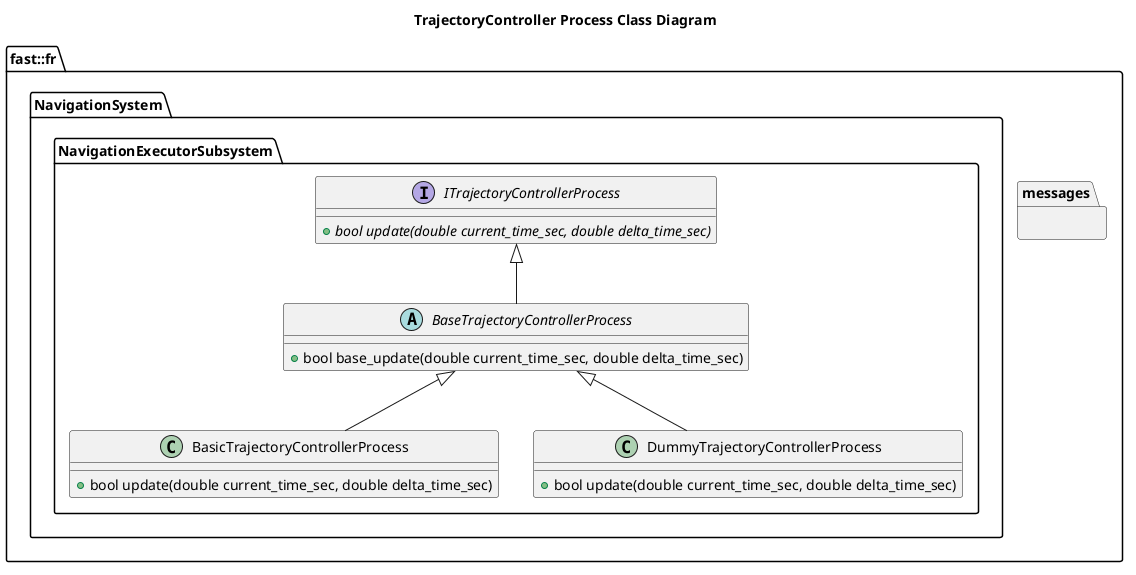
Earlier version of the PlantUML export Systems/Navigation/Subsystems/NavigationExecutor/Processes/TrajectoryController/doc/puml/TrajectoryControllerProcessClassDiagram.png (fastrobotics/robot_framework). Source of this version:
```plantuml
@startuml
title TrajectoryController Process Class Diagram

namespace fast::fr {
  namespace messages {
  }
  namespace NavigationSystem {
    namespace NavigationExecutorSubsystem {
        interface ITrajectoryControllerProcess  {
          +{abstract} bool update(double current_time_sec, double delta_time_sec)
        }
        abstract BaseTrajectoryControllerProcess {
          +bool base_update(double current_time_sec, double delta_time_sec)

        }
        BaseTrajectoryControllerProcess -up-|> ITrajectoryControllerProcess
        class BasicTrajectoryControllerProcess {
          +bool update(double current_time_sec, double delta_time_sec)
        }
        BasicTrajectoryControllerProcess -up-|> BaseTrajectoryControllerProcess
        class DummyTrajectoryControllerProcess {
          +bool update(double current_time_sec, double delta_time_sec)
        }
        DummyTrajectoryControllerProcess -up-|> BaseTrajectoryControllerProcess
    }
  }
}
@enduml
```
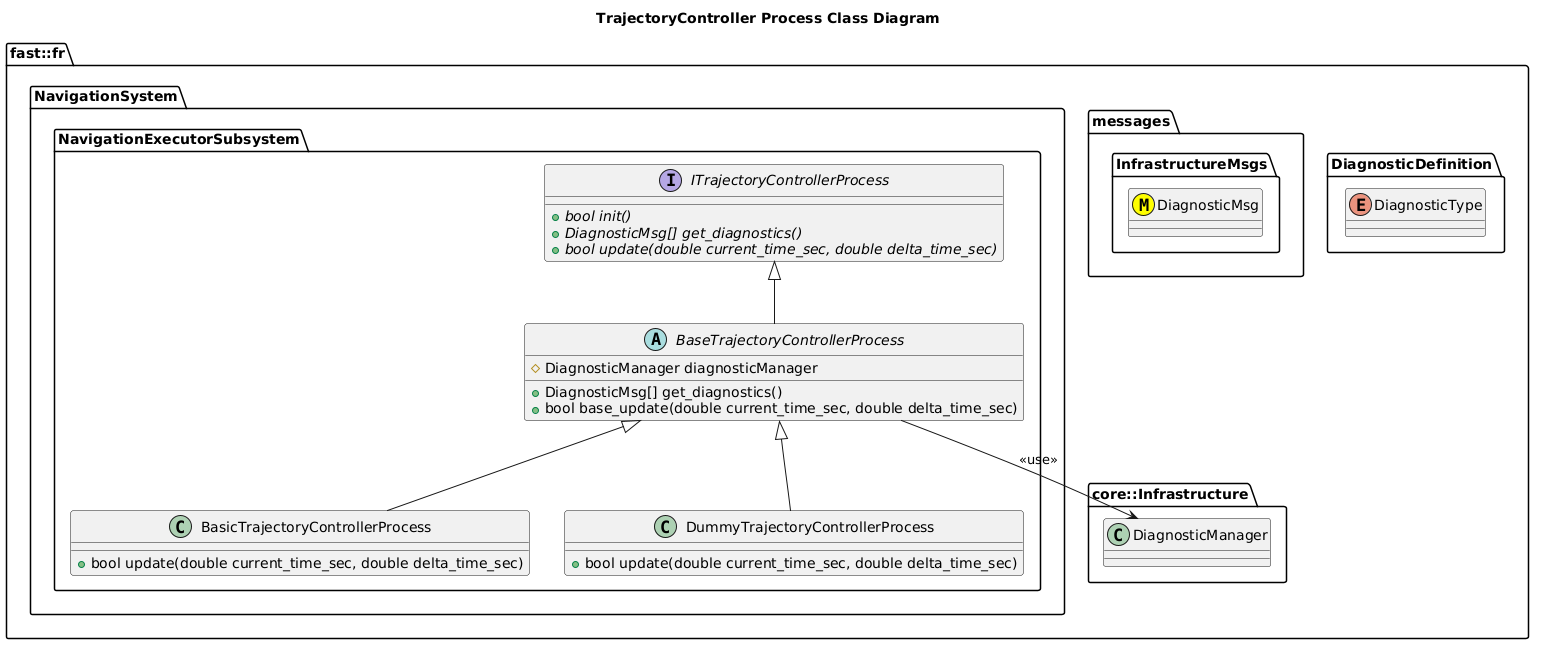
After the commit.

Diff of the diagram source:
```diff
@@ -2,17 +2,31 @@
 title TrajectoryController Process Class Diagram
 
 namespace fast::fr {
+  namespace DiagnosticDefinition {
+    enum DiagnosticType
+  }
   namespace messages {
+    namespace InfrastructureMsgs {
+      class DiagnosticMsg <<(M,#FFFF00)>>
+    }
+  }
+  namespace core::Infrastructure {
+    class DiagnosticManager
   }
   namespace NavigationSystem {
     namespace NavigationExecutorSubsystem {
         interface ITrajectoryControllerProcess  {
+          +{abstract} bool init()
+          +{abstract} DiagnosticMsg[] get_diagnostics()
           +{abstract} bool update(double current_time_sec, double delta_time_sec)
         }
         abstract BaseTrajectoryControllerProcess {
+          +DiagnosticMsg[] get_diagnostics()
           +bool base_update(double current_time_sec, double delta_time_sec)
+          #DiagnosticManager diagnosticManager
 
         }
+        BaseTrajectoryControllerProcess --> DiagnosticManager: <<use>>
         BaseTrajectoryControllerProcess -up-|> ITrajectoryControllerProcess
         class BasicTrajectoryControllerProcess {
           +bool update(double current_time_sec, double delta_time_sec)
```
